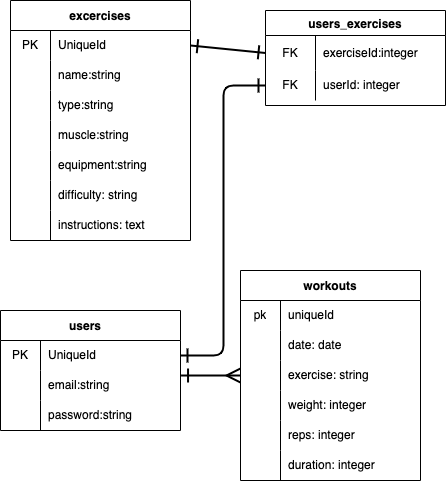
abdallah1936/Project-2 keeps this draw.io diagram as ERD.drawio.png. Above is the earlier version. Source tidied: cells renumbered, new cells last; positions are measured from the earlier drawing's top-left corner, leaving out a move shared by most shapes.
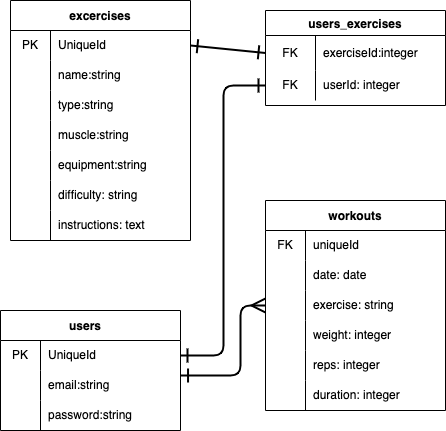
Later version of the same file.

Change to the diagram source:
```diff
@@ -123,12 +123,12 @@
       <mxGeometry x="40" width="140" height="30" as="geometry" />
     </mxCell>
     <mxCell id="42" value="workouts" style="shape=table;startSize=30;rowLines=0;fontStyle=1;sketch=0;" parent="1" vertex="1">
-      <mxGeometry x="240" y="270" width="180" height="210" as="geometry" />
+      <mxGeometry x="265" y="200" width="180" height="210" as="geometry" />
     </mxCell>
     <mxCell id="43" style="shape=tableRow;horizontal=0;startSize=0;swimlaneHead=0;swimlaneBody=0;top=0;left=0;bottom=0;right=0;fillColor=none;sketch=0;" parent="42" vertex="1">
       <mxGeometry y="30" width="180" height="30" as="geometry" />
     </mxCell>
-    <mxCell id="44" value="pk" style="shape=partialRectangle;html=1;whiteSpace=wrap;fillColor=none;top=0;left=0;bottom=0;right=0;overflow=hidden;sketch=0;" parent="43" vertex="1">
+    <mxCell id="44" value="FK" style="shape=partialRectangle;html=1;whiteSpace=wrap;fillColor=none;top=0;left=0;bottom=0;right=0;overflow=hidden;sketch=0;" parent="43" vertex="1">
       <mxGeometry width="40" height="30" as="geometry" />
     </mxCell>
     <mxCell id="45" value="uniqueId" style="shape=partialRectangle;html=1;whiteSpace=wrap;fillColor=none;top=0;left=0;bottom=0;right=0;align=left;spacingLeft=6;overflow=hidden;sketch=0;" parent="43" vertex="1">
@@ -182,8 +182,12 @@
     <mxCell id="61" style="edgeStyle=none;html=1;exitX=1;exitY=0.5;exitDx=0;exitDy=0;entryX=0;entryY=0.5;entryDx=0;entryDy=0;endArrow=ERone;endFill=0;strokeWidth=2;endSize=11;startSize=11;startArrow=ERone;startFill=0;" parent="1" edge="1" source="4" target="26">
       <mxGeometry relative="1" as="geometry" />
     </mxCell>
-    <mxCell id="62" style="edgeStyle=none;html=1;exitX=0;exitY=0.5;exitDx=0;exitDy=0;entryX=1.003;entryY=0.167;entryDx=0;entryDy=0;entryPerimeter=0;strokeWidth=2;startArrow=ERmany;startFill=0;endArrow=ERone;endFill=0;startSize=11;endSize=11;" parent="1" edge="1" source="49" target="36">
-      <mxGeometry relative="1" as="geometry" />
+    <mxCell id="62" style="edgeStyle=elbowEdgeStyle;html=1;exitX=0;exitY=0.5;exitDx=0;exitDy=0;entryX=1.003;entryY=0.167;entryDx=0;entryDy=0;entryPerimeter=0;strokeWidth=2;startArrow=ERmany;startFill=0;endArrow=ERone;endFill=0;startSize=11;endSize=11;" parent="1" edge="1" source="49" target="36">
+      <mxGeometry relative="1" as="geometry">
+        <Array as="points">
+          <mxPoint x="240" y="360" />
+        </Array>
+      </mxGeometry>
     </mxCell>
   </root>
 </mxGraphModel>
```
